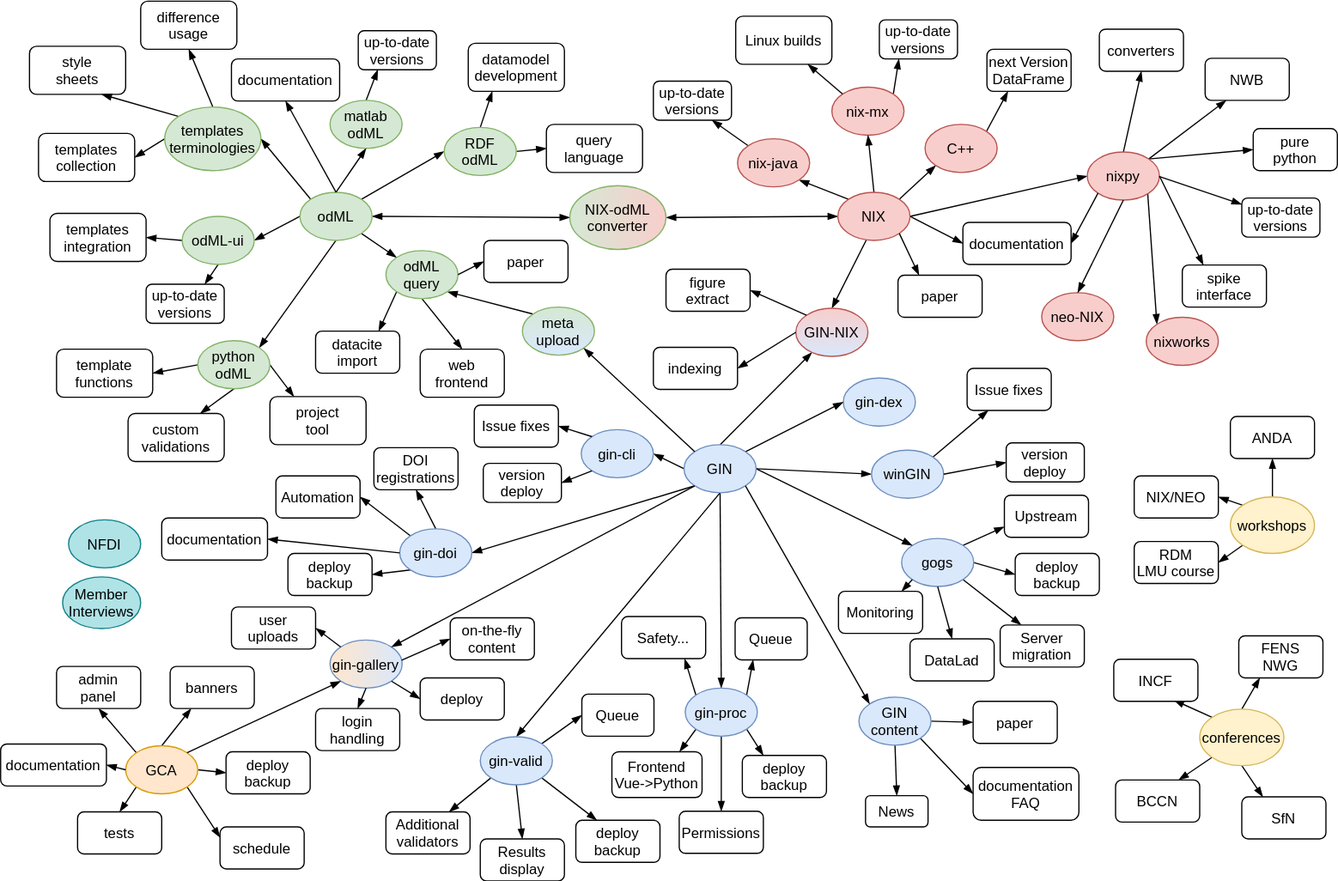
The draw.io diagram projects_overview/G-Node_project_map.svg in mpsonntag/prodoc, before a commit. Source tidied: cells renumbered, new cells last; positions are measured from the earlier drawing's top-left corner, leaving out a move shared by most shapes.
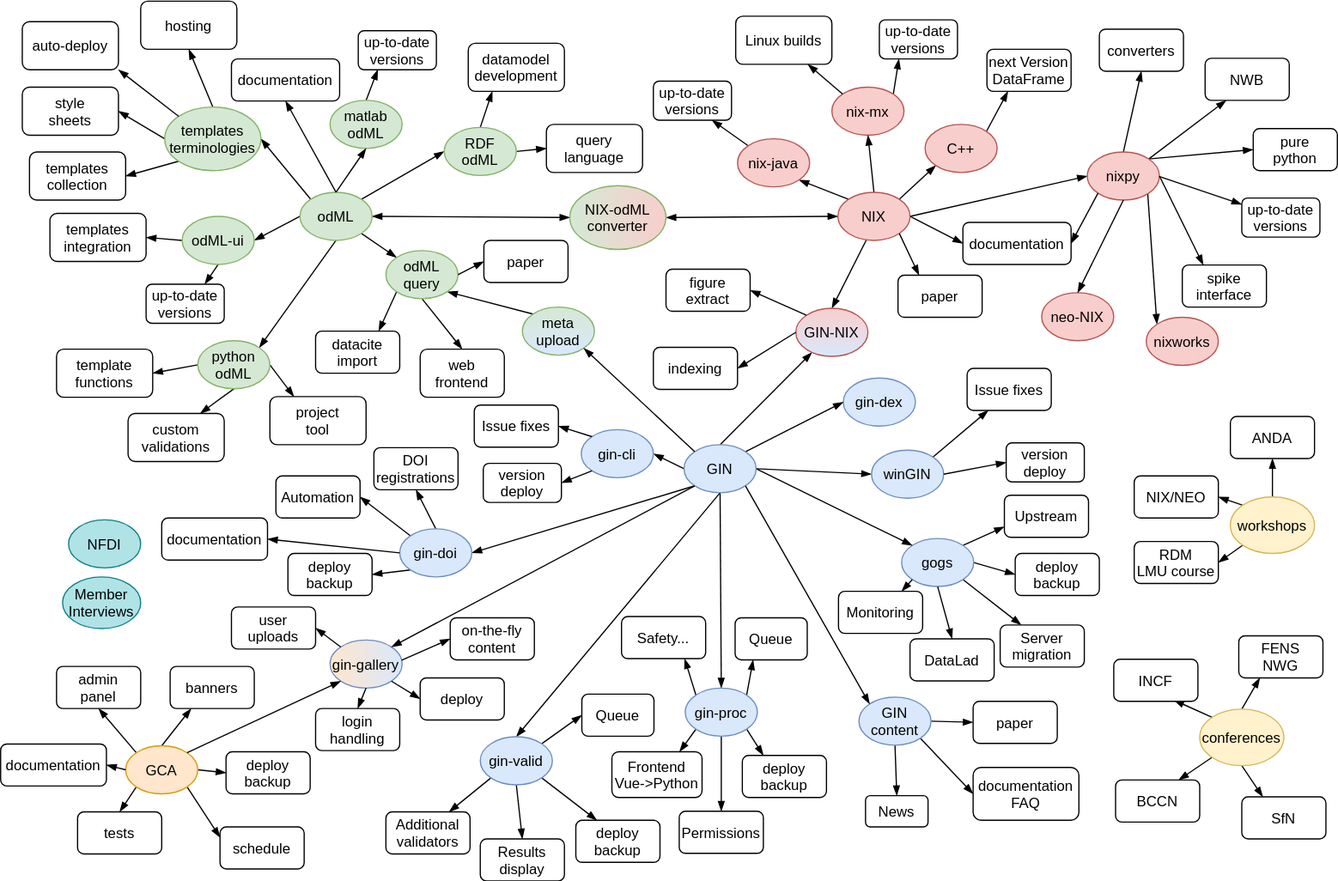
After the commit.

Commit message:
[projects/overview] Update templates

Diff of the diagram source:
```diff
@@ -271,7 +271,7 @@
       <mxGeometry x="41" y="176" width="80" height="40" as="geometry" />
     </mxCell>
     <mxCell id="90" value="style&#10;sheets" style="rounded=1;" parent="1" vertex="1">
-      <mxGeometry x="24" y="37" width="80" height="40" as="geometry" />
+      <mxGeometry x="18" y="71" width="80" height="40" as="geometry" />
     </mxCell>
     <mxCell id="91" value="project&#10;tool" style="rounded=1;" parent="1" vertex="1">
       <mxGeometry x="224" y="328.5" width="80" height="40" as="geometry" />
@@ -285,13 +285,13 @@
     <mxCell id="94" style="edgeStyle=none;rounded=0;jettySize=auto;exitX=0.5;exitY=0;exitDx=0;exitDy=0;entryX=0.5;entryY=1;entryDx=0;entryDy=0;endArrow=blockThin;endFill=1;" parent="1" edge="1" source="72" target="78">
       <mxGeometry relative="1" as="geometry" />
     </mxCell>
-    <mxCell id="95" style="edgeStyle=none;rounded=0;jettySize=auto;exitX=0;exitY=0;exitDx=0;exitDy=0;entryX=0.75;entryY=1;entryDx=0;entryDy=0;startArrow=none;startFill=0;endArrow=blockThin;endFill=1;" parent="1" edge="1" source="98" target="90">
+    <mxCell id="95" style="edgeStyle=none;rounded=0;jettySize=auto;exitX=0;exitY=0.5;exitDx=0;exitDy=0;entryX=1;entryY=0.5;entryDx=0;entryDy=0;startArrow=none;startFill=0;endArrow=blockThin;endFill=1;" parent="1" edge="1" source="98" target="90">
       <mxGeometry relative="1" as="geometry" />
     </mxCell>
     <mxCell id="96" style="edgeStyle=none;rounded=0;jettySize=auto;exitX=0.5;exitY=0;exitDx=0;exitDy=0;entryX=0.5;entryY=1;entryDx=0;entryDy=0;startArrow=none;startFill=0;endArrow=blockThin;endFill=1;" parent="1" edge="1" source="98" target="156">
       <mxGeometry relative="1" as="geometry" />
     </mxCell>
-    <mxCell id="97" style="edgeStyle=none;rounded=0;jettySize=auto;exitX=0;exitY=0.5;exitDx=0;exitDy=0;entryX=1;entryY=0.5;entryDx=0;entryDy=0;startArrow=none;startFill=0;endArrow=blockThin;endFill=1;" parent="1" edge="1" source="98" target="158">
+    <mxCell id="97" style="edgeStyle=none;rounded=0;jettySize=auto;exitX=0;exitY=1;exitDx=0;exitDy=0;entryX=1;entryY=0.5;entryDx=0;entryDy=0;startArrow=none;startFill=0;endArrow=blockThin;endFill=1;" parent="1" edge="1" source="98" target="158">
       <mxGeometry relative="1" as="geometry" />
     </mxCell>
     <mxCell id="98" value="templates&#10;terminologies" style="ellipse;fillColor=#d5e8d4;strokeColor=#82b366;" parent="1" vertex="1">
@@ -468,14 +468,14 @@
     <mxCell id="155" value="up-to-date&#10;versions" style="rounded=1;" parent="1" vertex="1">
       <mxGeometry x="297.5" y="24" width="65" height="32.5" as="geometry" />
     </mxCell>
-    <mxCell id="156" value="difference&#10;usage" style="rounded=1;" parent="1" vertex="1">
+    <mxCell id="156" value="hosting" style="rounded=1;" parent="1" vertex="1">
       <mxGeometry x="116.5" y="-0.5" width="80" height="40" as="geometry" />
     </mxCell>
     <mxCell id="157" value="up-to-date&#10;versions" style="rounded=1;" parent="1" vertex="1">
       <mxGeometry x="121" y="235" width="65" height="32.5" as="geometry" />
     </mxCell>
     <mxCell id="158" value="templates&#10;collection" style="rounded=1;" parent="1" vertex="1">
-      <mxGeometry x="31.5" y="109.5" width="80" height="40" as="geometry" />
+      <mxGeometry x="24" y="125" width="80" height="40" as="geometry" />
     </mxCell>
     <mxCell id="159" value="neo-NIX" style="ellipse;fillColor=#f8cecc;strokeColor=#b85450;" parent="1" vertex="1">
       <mxGeometry x="866" y="242" width="60" height="40" as="geometry" />
@@ -609,5 +609,11 @@
     <mxCell id="202" style="edgeStyle=none;rounded=0;jettySize=auto;exitX=0;exitY=1;exitDx=0;exitDy=0;entryX=1;entryY=0.5;entryDx=0;entryDy=0;endArrow=blockThin;endFill=1;" parent="1" edge="1" source="22" target="29">
       <mxGeometry relative="1" as="geometry" />
     </mxCell>
+    <mxCell id="203" value="auto-deploy" style="rounded=1;" parent="1" vertex="1">
+      <mxGeometry x="18" y="16.5" width="80" height="40" as="geometry" />
+    </mxCell>
+    <mxCell id="204" style="edgeStyle=none;rounded=0;jettySize=auto;exitX=0;exitY=0;exitDx=0;exitDy=0;entryX=1;entryY=1;entryDx=0;entryDy=0;startArrow=none;startFill=0;endArrow=blockThin;endFill=1;" parent="1" edge="1" source="98" target="203">
+      <mxGeometry relative="1" as="geometry" />
+    </mxCell>
   </root>
 </mxGraphModel>
```
